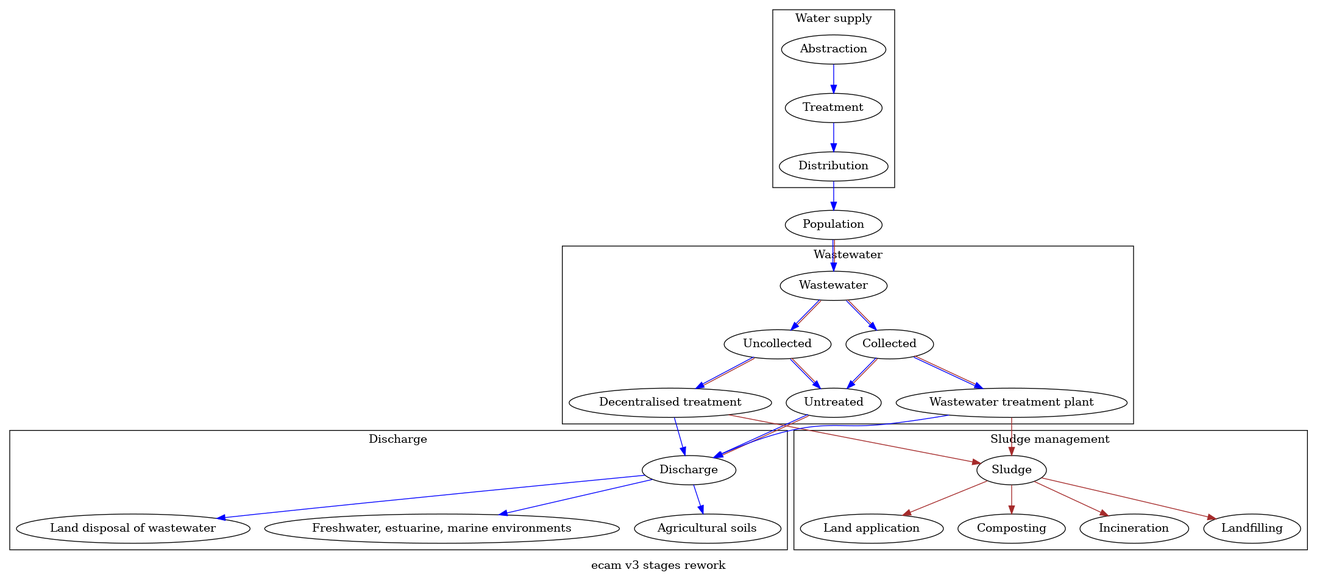
Earlier version of the Graphviz export v3/frontend/diagram/map.gv.png (icra/ecam). Its source is kept beside it as v3/frontend/diagram/map.gv.
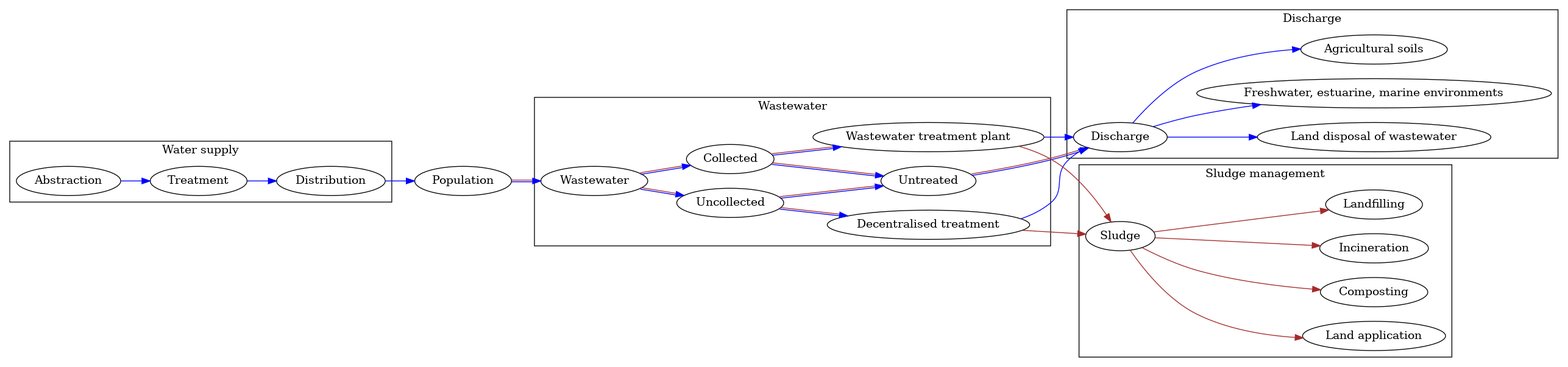
Above is the later version.

Change to the diagram source:
```diff
@@ -1,5 +1,5 @@
 digraph MyGraph {
-  label="ecam v3 stages rework"
+  rankdir=LR
 
   wsa [label="Abstraction"]
   wst [label="Treatment"]
@@ -19,14 +19,11 @@
   laf [label="Landfilling"]
   lap [label="Land application"]
   com [label="Composting"]
-
   pop [label="Population"]
 
   subgraph cluster_ws {
     label="Water supply"
-
-    wsa -> wst [color="blue"]
-    wst -> wsd [color="blue"]
+    wsa -> wst -> wsd [color="blue"]
   }
 
   wsd -> pop [color="blue"]
@@ -35,33 +32,23 @@
   subgraph cluster_ww{
     label="Wastewater"
 
-    ww  -> unc [color="blue:brown"]
-    ww  -> col [color="blue:brown"]
-    unc -> unt [color="blue:brown"]
-    col -> unt [color="blue:brown"]
-    col -> wwt [color="blue:brown"]
-    unc -> dct [color="blue:brown"]
+    ww  -> {unc col} [color="blue:brown"]
+    unc -> {dct unt} [color="blue:brown"]
+    col -> {unt wwt} [color="blue:brown"]
   }
 
   subgraph cluster_dis {
     label="Discharge"
 
-    unt -> dis [color="blue:brown"]
-    wwt -> dis [color="blue"]
-    dct -> dis [color="blue"]
-    dis -> fsh [color="blue"]
-    dis -> agr [color="blue"]
-    dis -> ldw [color="blue"]
+    unt       -> dis           [color="blue:brown"]
+    {wwt dct} -> dis           [color="blue"]
+    dis       -> {fsh agr ldw} [color="blue"]
   }
 
   subgraph cluster_sm{
     label="Sludge management"
 
-    wwt -> slu [color="brown"]
-    dct -> slu [color="brown"]
-    slu -> inc [color="brown"]
-    slu -> laf [color="brown"]
-    slu -> lap [color="brown"]
-    slu -> com [color="brown"]
+    {wwt dct} -> slu               [color="brown"]
+    slu       -> {inc laf lap com} [color="brown"]
   }
 }
```
